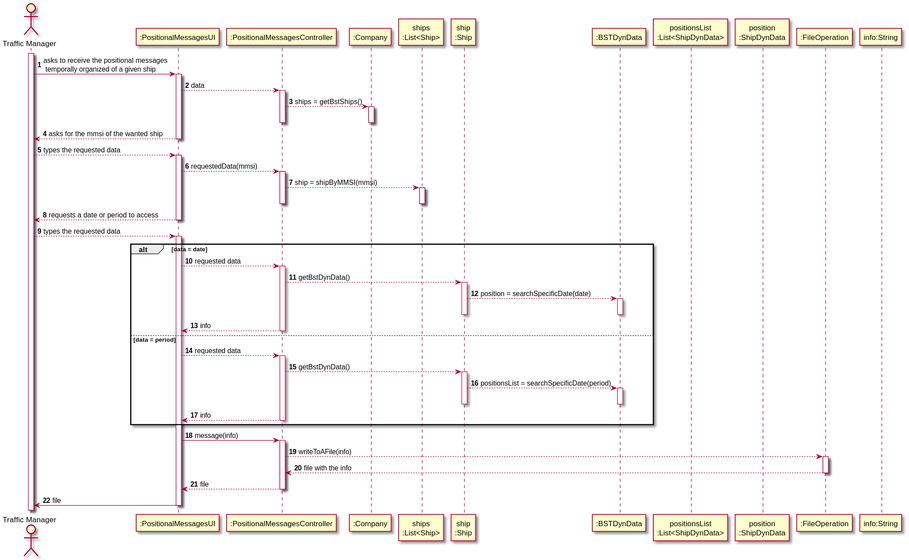
Above: Documentation/Sprint1/Engineering_Design/US103/SD_US013.svg in Pedromaia26/LAPR3-ISEP (PlantUML), before the change.
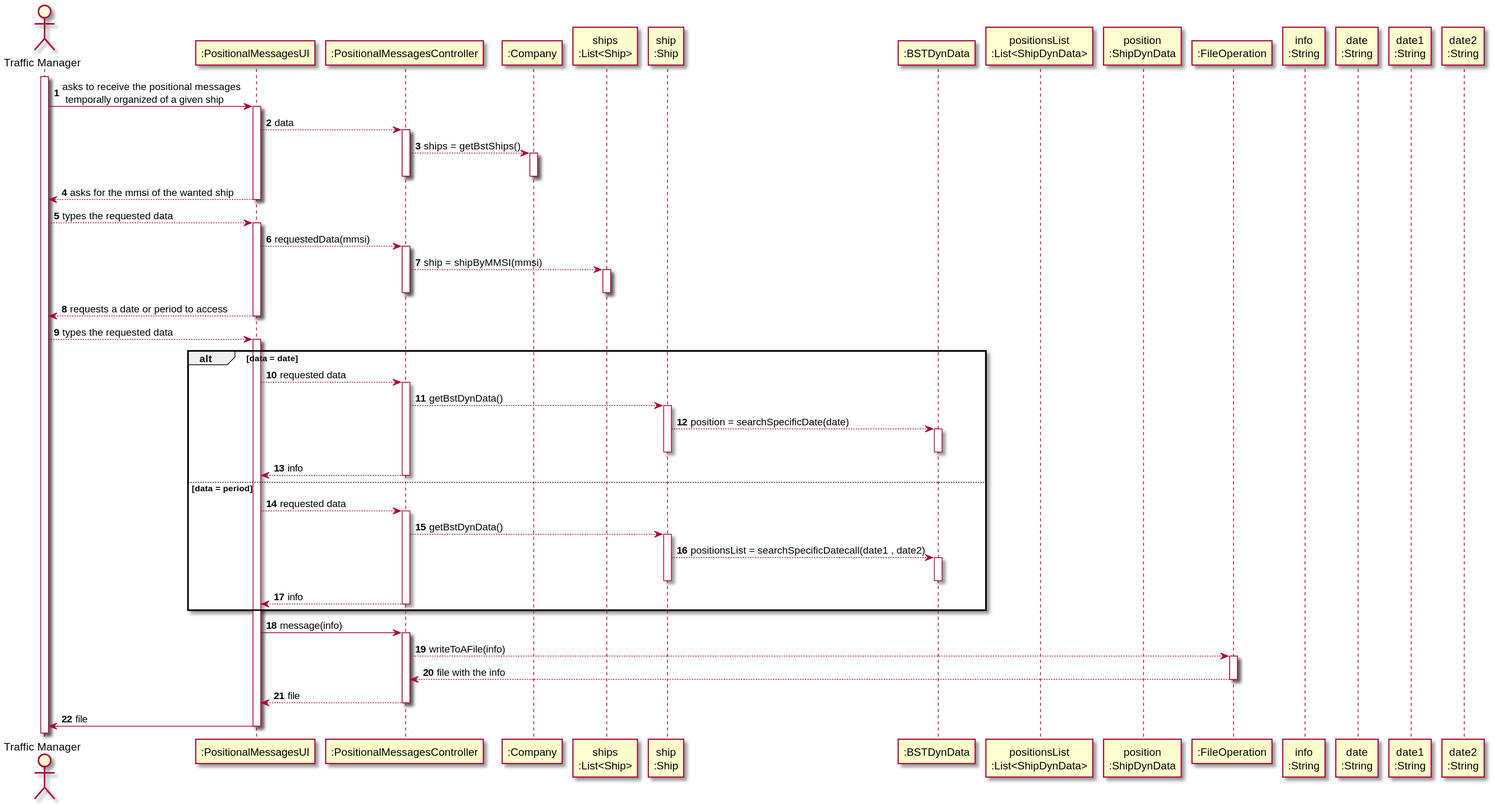
After the commit.

Commit message:
G41-4 #time 3min #comment mini update to correct a error

Diff of the diagram source:
```diff
@@ -12,7 +12,10 @@
 participant "positionsList\n:List<ShipDynData>" as POS
 participant "position\n:ShipDynData" as P
 participant ":FileOperation" as FILE
-participant "info:String"
+participant "info\n:String"
+participant "date\n:String"
+participant "date1\n:String"
+participant "date2\n:String"
 
 activate TM
 
@@ -55,7 +58,7 @@
 activate CTRL
 CTRL --> S: getBstDynData()
 activate S
-S --> BST: positionsList = searchSpecificDate(period)
+S --> BST: positionsList = searchSpecificDatecall(date1 , date2)
 activate BST
 deactivate BST
 deactivate S
```
